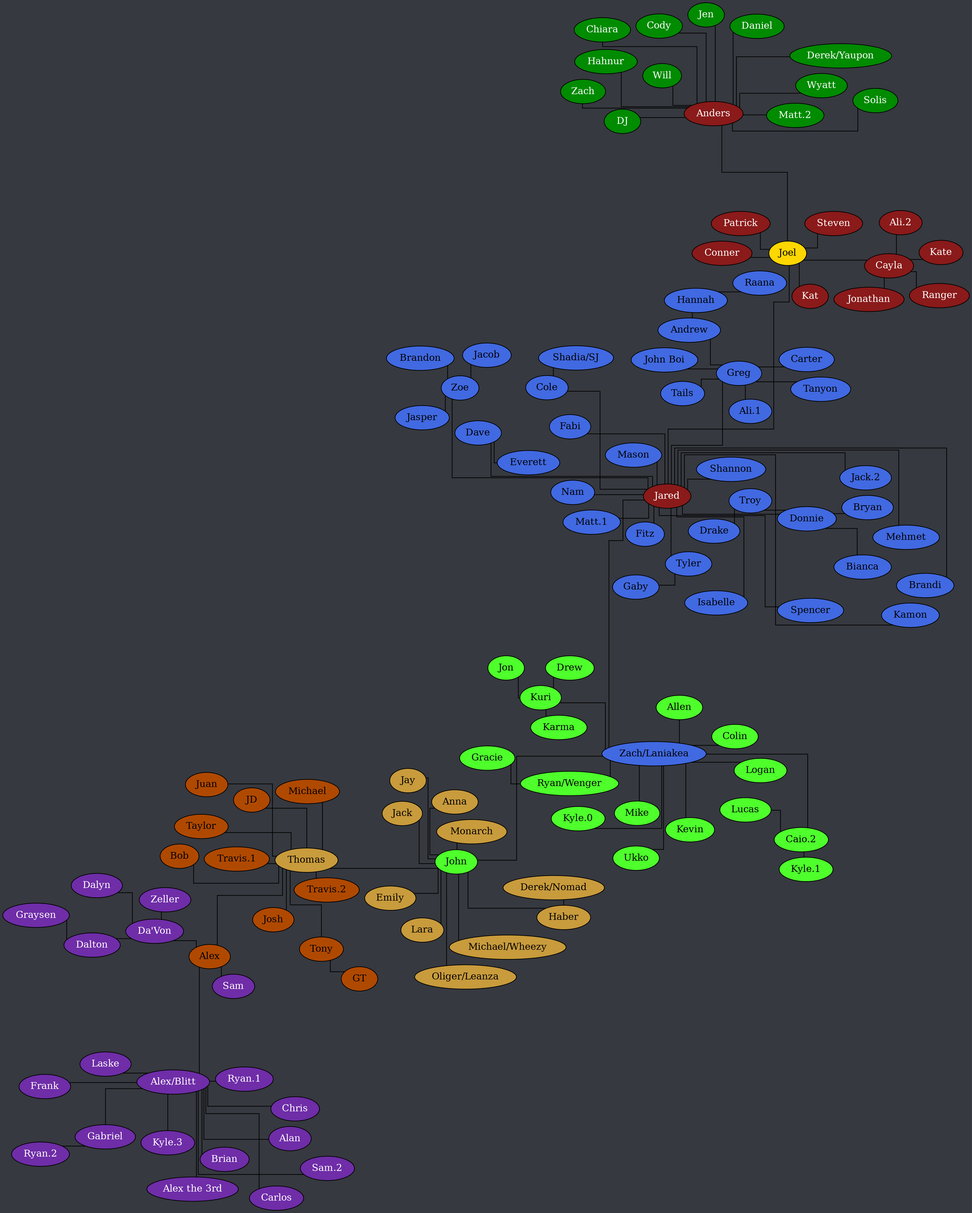
The Graphviz diagram tree.png in Documidas/CoronaCatzFamilyTree, before a commit. Its source is kept beside it as tree.dot.
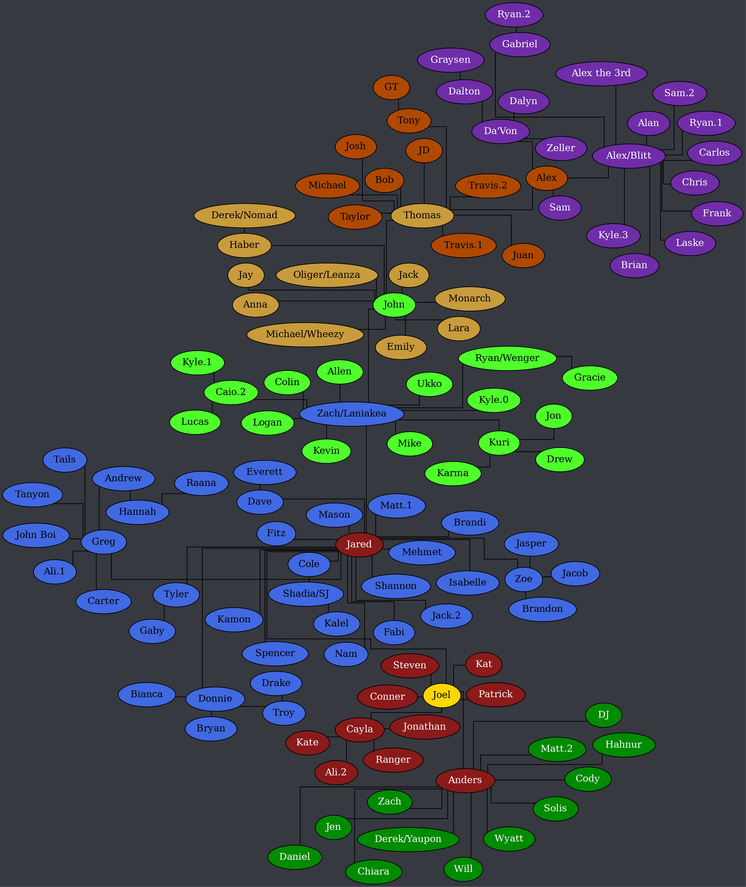
The same file after the commit.

Diff of the diagram source:
```diff
@@ -80,6 +80,7 @@
 		Jared -- Tyler;
 		Jared -- "Zach/Laniakea";
 		Jared -- Zoe;
+		"Shadia/SJ" -- Kalel;
 		Troy -- Drake;
 		Tyler -- Gaby;
 		Zoe -- Brandon;
```
